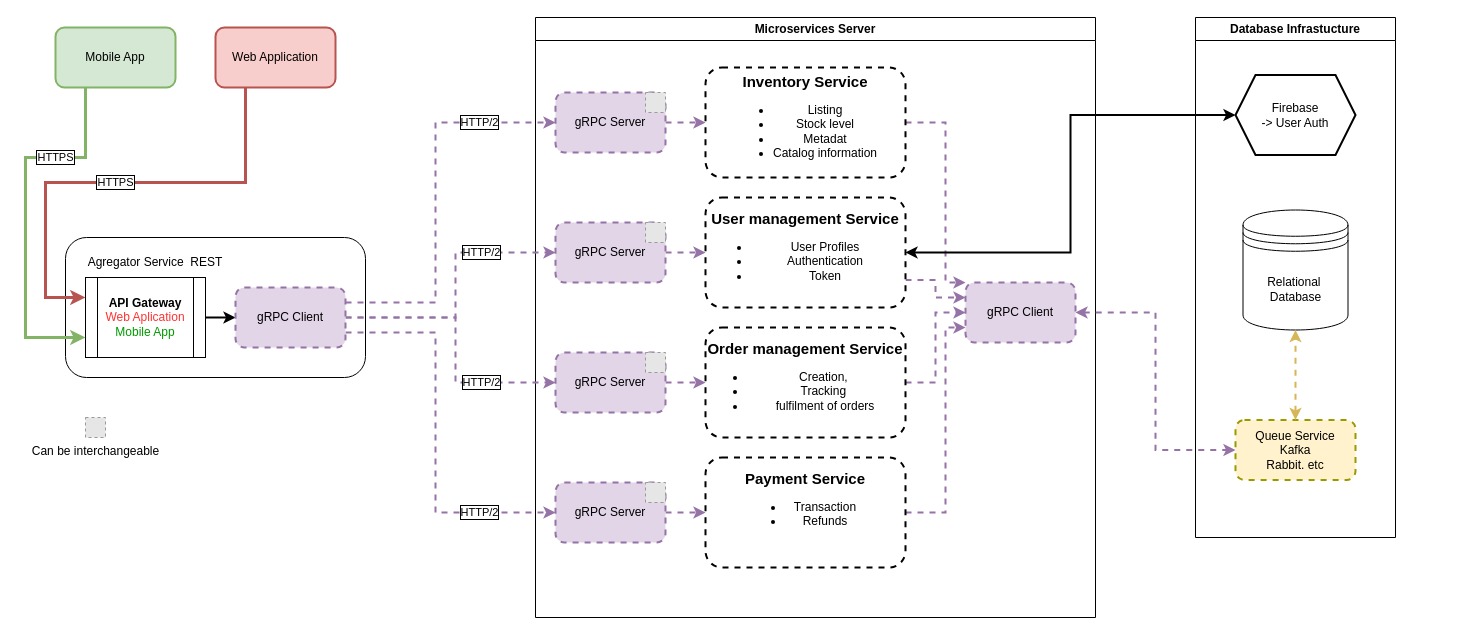
ArturArtimonte/diagrans keeps this draw.io diagram as Untitled Diagram.drawio. Above is the earlier version. Source tidied: cells renumbered, new cells numbered last; positions are measured from the earlier drawing's top-left corner, leaving out a move shared by most shapes. Both pictures are drawn from the tidied source at 100%, with x=0, y=0 at pixel (25, 17). Pictures stored in the file or linked from it are replaced by grey dashed boxes.
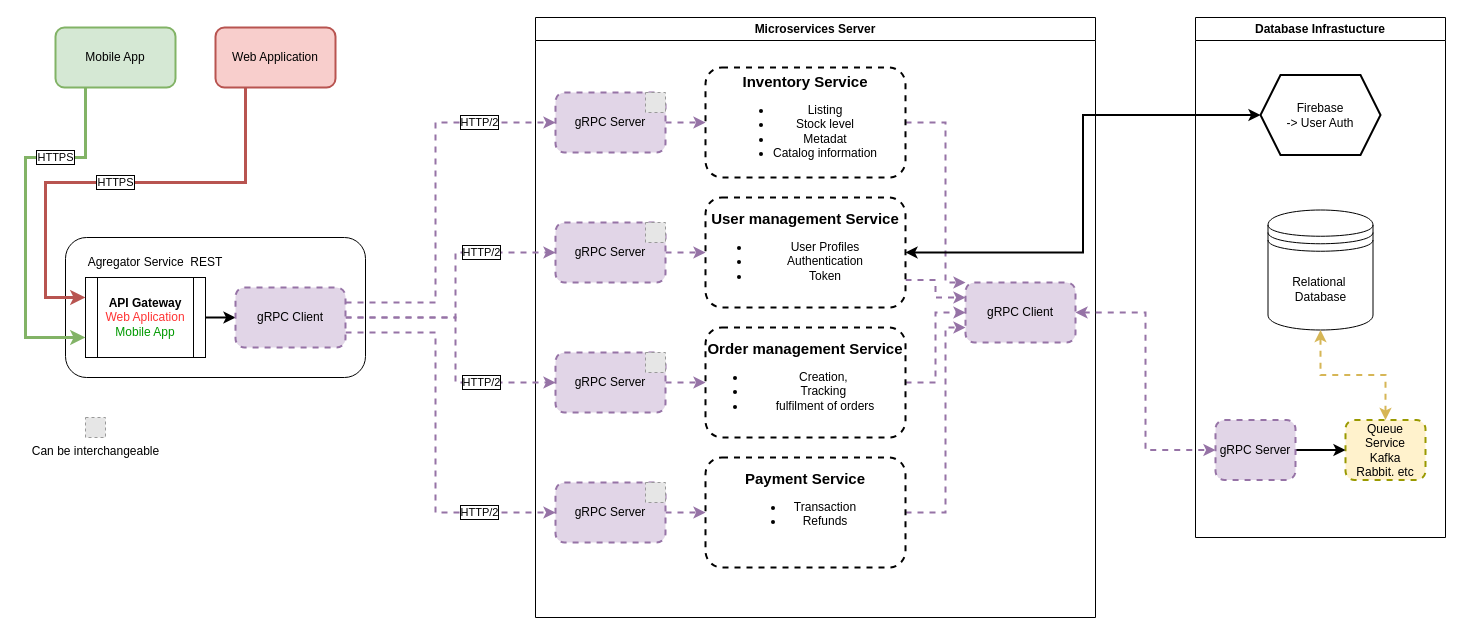
After the change.

Unchanged cells that the change refers to:
```xml
<mxCell id="23" value="gRPC Client" style="rounded=1;whiteSpace=wrap;html=1;fillColor=#e1d5e7;strokeColor=#9673a6;strokeWidth=2;dashed=1;" parent="2" vertex="1">
  <mxGeometry x="430" y="265" width="110" height="60" as="geometry" />
</mxCell>
```

What changed in the source:
```diff
@@
     <mxCell id="39" value="Database Infrastucture" style="swimlane;whiteSpace=wrap;html=1;" parent="1" vertex="1">
-      <mxGeometry x="1170" width="200" height="520" as="geometry" />
+      <mxGeometry x="1170" width="250" height="520" as="geometry" />
     </mxCell>
     <mxCell id="40" value="Firebase&lt;br&gt;-&amp;gt; User Auth" style="shape=hexagon;perimeter=hexagonPerimeter2;whiteSpace=wrap;html=1;fixedSize=1;strokeWidth=2;" parent="39" vertex="1">
-      <mxGeometry x="40" y="57.5" width="120" height="80" as="geometry" />
+      <mxGeometry x="65" y="57.5" width="120" height="80" as="geometry" />
     </mxCell>
     <mxCell id="41" value="Relational&amp;nbsp;&lt;br&gt;Database" style="shape=datastore;whiteSpace=wrap;html=1;" parent="39" vertex="1">
-      <mxGeometry x="47.5" y="192.5" width="105" height="120" as="geometry" />
+      <mxGeometry x="72.5" y="192.5" width="105" height="120" as="geometry" />
     </mxCell>
     <mxCell id="42" value="Queue Service&lt;br&gt;Kafka&lt;br&gt;Rabbit. etc" style="rounded=1;whiteSpace=wrap;html=1;fillColor=#fff2cc;strokeColor=#999900;dashed=1;strokeWidth=2;" parent="39" vertex="1">
-      <mxGeometry x="40" y="402.5" width="120" height="60" as="geometry" />
+      <mxGeometry x="150" y="402.5" width="80" height="60" as="geometry" />
     </mxCell>
@@
+    <mxCell id="45" style="edgeStyle=orthogonalEdgeStyle;rounded=0;jettySize=auto;html=1;exitX=1;exitY=0.5;exitDx=0;exitDy=0;entryX=0;entryY=0.5;entryDx=0;entryDy=0;strokeWidth=2;" parent="39" edge="1" source="46" target="42">
+      <mxGeometry relative="1" as="geometry" />
+    </mxCell>
+    <mxCell id="46" value="gRPC Server" style="rounded=1;whiteSpace=wrap;html=1;fillColor=#e1d5e7;strokeColor=#9673a6;strokeWidth=2;dashed=1;" parent="39" vertex="1">
+      <mxGeometry x="20" y="402.5" width="80" height="60" as="geometry" />
+    </mxCell>
-    <mxCell id="44" style="edgeStyle=orthogonalEdgeStyle;rounded=0;jettySize=auto;html=1;exitX=1;exitY=0.5;exitDx=0;exitDy=0;entryX=0;entryY=0.5;entryDx=0;entryDy=0;startArrow=classic;startFill=1;fillColor=#e1d5e7;strokeColor=#9673a6;strokeWidth=2;dashed=1;" parent="1" edge="1" source="23" target="42">
+    <mxCell id="44" style="edgeStyle=orthogonalEdgeStyle;rounded=0;jettySize=auto;html=1;exitX=1;exitY=0.5;exitDx=0;exitDy=0;startArrow=classic;startFill=1;fillColor=#e1d5e7;strokeColor=#9673a6;strokeWidth=2;dashed=1;entryX=0;entryY=0.5;entryDx=0;entryDy=0;" parent="1" edge="1" source="23" target="46">
       <mxGeometry relative="1" as="geometry" />
     </mxCell>
```
